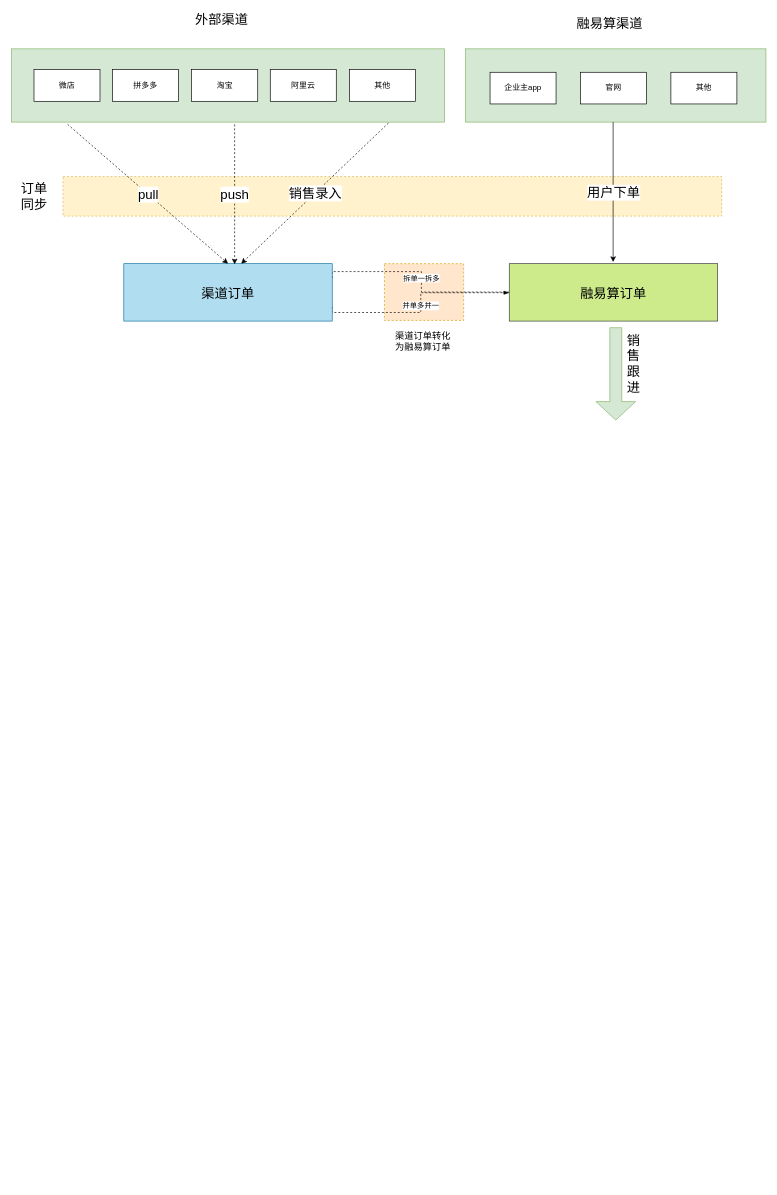
The draw.io diagram 渠道订单.drawio in zhaoershuang/flow-chart, before the edit. Source tidied: cells renumbered, new cells numbered last; positions are measured from the earlier drawing's top-left corner, leaving out a move shared by most shapes. Both pictures are drawn from the tidied source at 66%, with x=0, y=0 at pixel (11, 12).
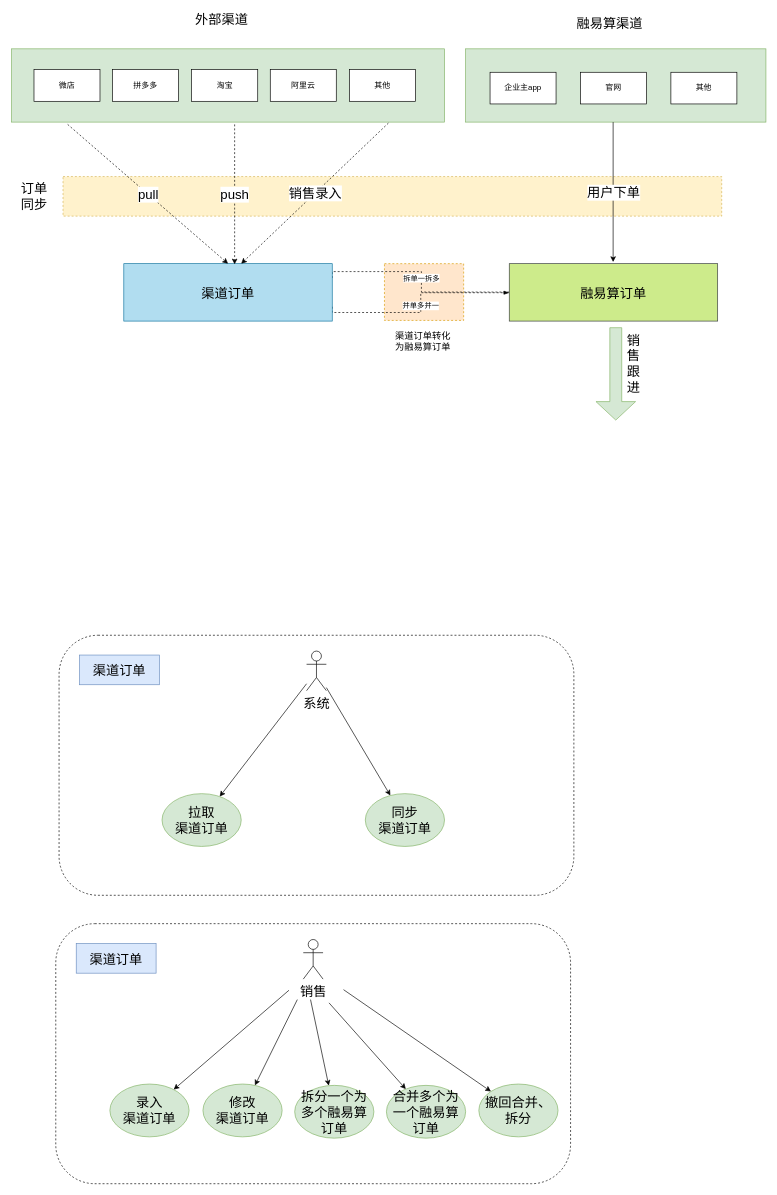
The same page after the edit.

Commit message (it also covers changes not shown here):
更新渠道订单.drawio

The edit, as a diff of the source:
```diff
@@
+    <mxCell id="28" style="rounded=1;whiteSpace=wrap;html=1;dashed=1;" parent="1" vertex="1">
+      <mxGeometry x="72" y="944" width="780" height="394" as="geometry" />
+    </mxCell>
+    <mxCell id="29" value="&lt;font style=&quot;font-size: 20px&quot;&gt;拉取&lt;br&gt;渠道订单&lt;/font&gt;" style="ellipse;whiteSpace=wrap;html=1;fillColor=#d5e8d4;strokeColor=#82b366;" parent="1" vertex="1">
+      <mxGeometry x="228" y="1184" width="120" height="80" as="geometry" />
+    </mxCell>
+    <mxCell id="30" value="&lt;font style=&quot;font-size: 20px&quot;&gt;系统&lt;/font&gt;" style="shape=umlActor;verticalLabelPosition=bottom;verticalAlign=top;html=1;" parent="1" vertex="1">
+      <mxGeometry x="447" y="968" width="30" height="60" as="geometry" />
+    </mxCell>
+    <mxCell id="31" value="&lt;font style=&quot;font-size: 20px&quot;&gt;同步&lt;br&gt;渠道订单&lt;/font&gt;" style="ellipse;whiteSpace=wrap;html=1;fillColor=#d5e8d4;strokeColor=#82b366;" parent="1" vertex="1">
+      <mxGeometry x="536" y="1184" width="120" height="80" as="geometry" />
+    </mxCell>
+    <mxCell id="32" style="endArrow=classic;html=1;" parent="1" edge="1" source="30" target="29">
+      <mxGeometry relative="1" as="geometry" />
+    </mxCell>
+    <mxCell id="33" style="endArrow=classic;html=1;" parent="1" edge="1" source="30" target="31">
+      <mxGeometry relative="1" as="geometry" />
+    </mxCell>
+    <mxCell id="34" value="&lt;font style=&quot;font-size: 20px&quot;&gt;渠道订单&lt;/font&gt;" style="rounded=0;whiteSpace=wrap;html=1;fillColor=#dae8fc;strokeColor=#6c8ebf;" parent="1" vertex="1">
+      <mxGeometry x="103" y="974" width="121" height="45" as="geometry" />
+    </mxCell>
+    <mxCell id="35" style="rounded=1;whiteSpace=wrap;html=1;dashed=1;" parent="1" vertex="1">
+      <mxGeometry x="67" y="1381" width="780" height="394" as="geometry" />
+    </mxCell>
+    <mxCell id="36" value="&lt;font style=&quot;font-size: 20px&quot;&gt;录入&lt;br&gt;渠道订单&lt;/font&gt;" style="ellipse;whiteSpace=wrap;html=1;fillColor=#d5e8d4;strokeColor=#82b366;" parent="1" vertex="1">
+      <mxGeometry x="149" y="1624" width="120" height="80" as="geometry" />
+    </mxCell>
+    <mxCell id="37" value="&lt;font style=&quot;font-size: 20px&quot;&gt;销售&lt;/font&gt;" style="shape=umlActor;verticalLabelPosition=bottom;verticalAlign=top;html=1;" parent="1" vertex="1">
+      <mxGeometry x="442" y="1405" width="30" height="60" as="geometry" />
+    </mxCell>
+    <mxCell id="38" value="&lt;font style=&quot;font-size: 20px&quot;&gt;修改&lt;br&gt;渠道订单&lt;/font&gt;" style="ellipse;whiteSpace=wrap;html=1;fillColor=#d5e8d4;strokeColor=#82b366;" parent="1" vertex="1">
+      <mxGeometry x="290" y="1624" width="120" height="80" as="geometry" />
+    </mxCell>
+    <mxCell id="39" style="endArrow=classic;html=1;exitX=0.453;exitY=0.256;exitDx=0;exitDy=0;exitPerimeter=0;" parent="1" edge="1" source="35" target="36">
+      <mxGeometry relative="1" as="geometry" />
+    </mxCell>
+    <mxCell id="40" style="endArrow=classic;html=1;" parent="1" edge="1" target="38">
+      <mxGeometry relative="1" as="geometry">
+        <mxPoint x="433" y="1496" as="sourcePoint" />
+      </mxGeometry>
+    </mxCell>
+    <mxCell id="41" value="&lt;font style=&quot;font-size: 20px&quot;&gt;渠道订单&lt;/font&gt;" style="rounded=0;whiteSpace=wrap;html=1;fillColor=#dae8fc;strokeColor=#6c8ebf;" parent="1" vertex="1">
+      <mxGeometry x="98" y="1411" width="121" height="45" as="geometry" />
+    </mxCell>
+    <mxCell id="42" value="&lt;span style=&quot;font-size: 20px&quot;&gt;拆分一个为多个融易算订单&lt;/span&gt;" style="ellipse;whiteSpace=wrap;html=1;fillColor=#d5e8d4;strokeColor=#82b366;" parent="1" vertex="1">
+      <mxGeometry x="429" y="1626" width="120" height="80" as="geometry" />
+    </mxCell>
+    <mxCell id="43" value="&lt;span style=&quot;font-size: 20px&quot;&gt;合并多个为&lt;br&gt;一个融易算订单&lt;/span&gt;" style="ellipse;whiteSpace=wrap;html=1;fillColor=#d5e8d4;strokeColor=#82b366;" parent="1" vertex="1">
+      <mxGeometry x="568" y="1626" width="120" height="80" as="geometry" />
+    </mxCell>
+    <mxCell id="44" value="&lt;span style=&quot;font-size: 20px&quot;&gt;撤回合并、拆分&lt;/span&gt;" style="ellipse;whiteSpace=wrap;html=1;fillColor=#d5e8d4;strokeColor=#82b366;" parent="1" vertex="1">
+      <mxGeometry x="708" y="1624" width="120" height="80" as="geometry" />
+    </mxCell>
+    <mxCell id="45" style="endArrow=classic;html=1;" parent="1" edge="1" target="42">
+      <mxGeometry relative="1" as="geometry">
+        <mxPoint x="453" y="1496" as="sourcePoint" />
+      </mxGeometry>
+    </mxCell>
+    <mxCell id="46" style="endArrow=classic;html=1;" parent="1" edge="1" target="43">
+      <mxGeometry relative="1" as="geometry">
+        <mxPoint x="481" y="1501" as="sourcePoint" />
+      </mxGeometry>
+    </mxCell>
+    <mxCell id="47" style="endArrow=classic;html=1;" parent="1" edge="1" target="44">
+      <mxGeometry relative="1" as="geometry">
+        <mxPoint x="503" y="1481" as="sourcePoint" />
+      </mxGeometry>
+    </mxCell>
```
